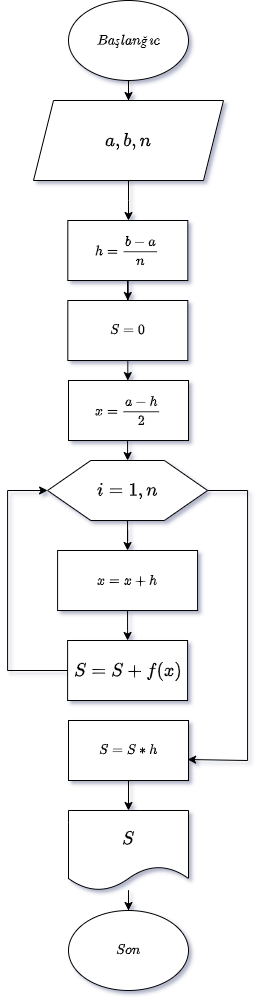
64beta/HesablamaRiyaziyatindanPracticum keeps this draw.io diagram as Diagrams/Page69_1.drawio.png. Above is the earlier version. Source tidied: cells renumbered, new cells last; positions are measured from the earlier drawing's top-left corner, leaving out a move shared by most shapes.
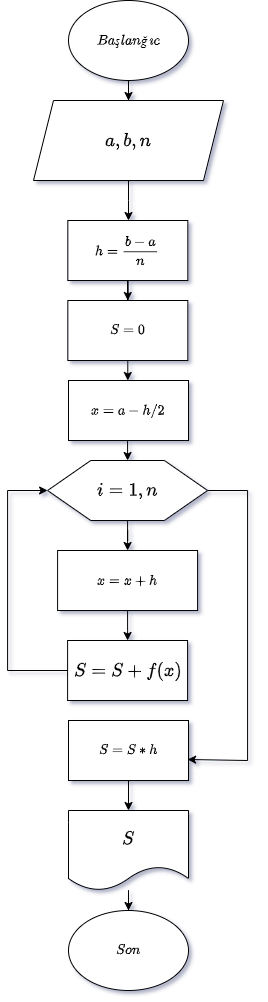
After the change.

Change to the diagram source:
```diff
@@ -93,7 +93,7 @@
         <mxPoint x="180.1" y="759" as="targetPoint" />
       </mxGeometry>
     </mxCell>
-    <mxCell id="25" value="$$x = \frac{a-h}{2}$$" style="rounded=0;whiteSpace=wrap;html=1;" parent="1" vertex="1">
+    <mxCell id="25" value="$$x = a-h/2$$" style="rounded=0;whiteSpace=wrap;html=1;" parent="1" vertex="1">
       <mxGeometry x="61" y="380" width="120" height="60" as="geometry" />
     </mxCell>
     <mxCell id="26" style="edgeStyle=orthogonalEdgeStyle;rounded=0;jettySize=auto;html=1;" parent="1" edge="1" source="27" target="12">
```
